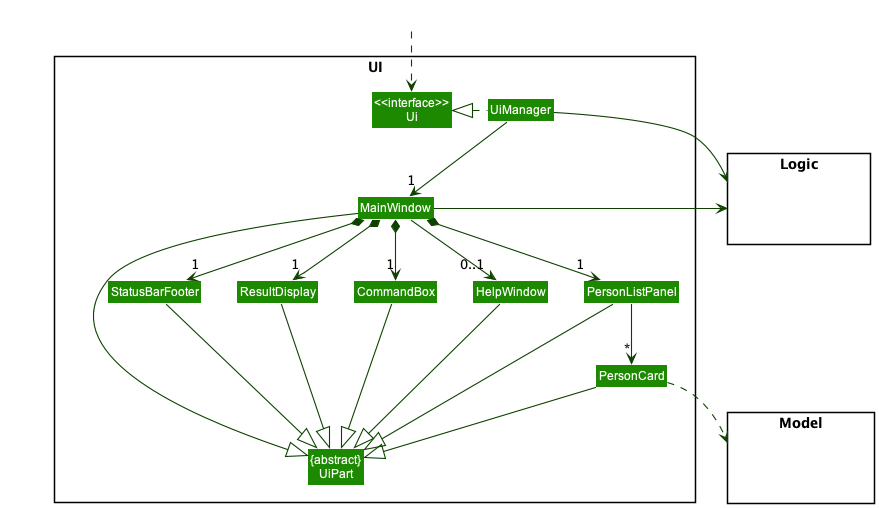
Before: docs/images/UiClassDiagram.png, a diagram exported from PlantUML (nus-cs2103-AY2223S1/tp).
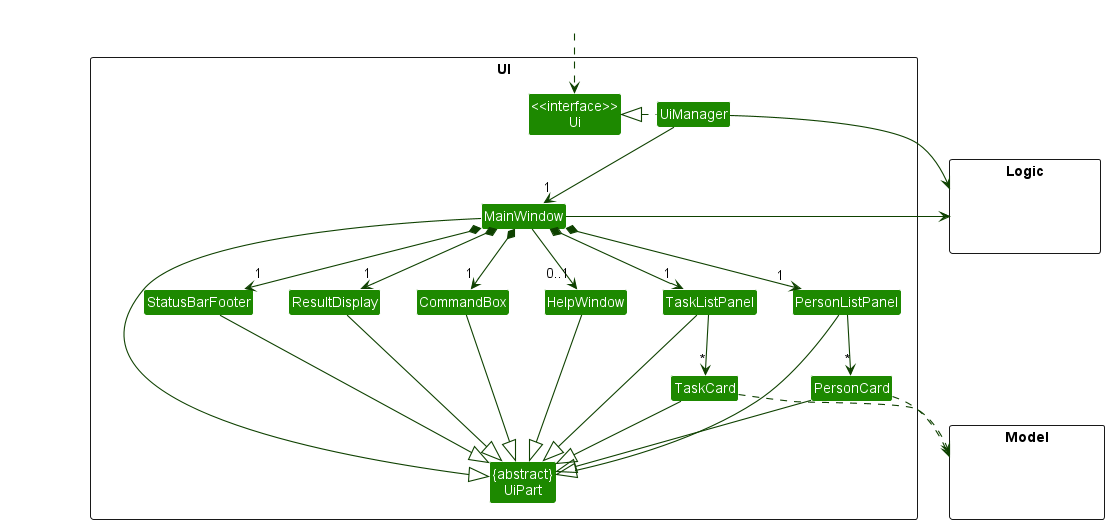
The same diagram one commit later.

What changed in the source:
```diff
@@ -13,6 +13,8 @@
 Class ResultDisplay
 Class PersonListPanel
 Class PersonCard
+Class TaskListPanel
+Class TaskCard
 Class StatusBarFooter
 Class CommandBox
 }
@@ -33,25 +35,31 @@
 MainWindow *-down->  "1" CommandBox
 MainWindow *-down-> "1" ResultDisplay
 MainWindow *-down-> "1" PersonListPanel
+MainWindow *-down-> "1" TaskListPanel
 MainWindow *-down-> "1" StatusBarFooter
 MainWindow --> "0..1" HelpWindow
 
 PersonListPanel -down-> "*" PersonCard
+TaskListPanel -down-> "*" TaskCard
 
 MainWindow -left-|> UiPart
 
 ResultDisplay --|> UiPart
 CommandBox --|> UiPart
 PersonListPanel --|> UiPart
+TaskListPanel --|> UiPart
+TaskCard --|> UiPart
 PersonCard --|> UiPart
 StatusBarFooter --|> UiPart
 HelpWindow --|> UiPart
 
+TaskCard ..> Model
 PersonCard ..> Model
 UiManager -right-> Logic
 MainWindow -left-> Logic
 
 PersonListPanel -[hidden]left- HelpWindow
+TaskListPanel -[hidden]left- HelpWindow
 HelpWindow -[hidden]left- CommandBox
 CommandBox -[hidden]left- ResultDisplay
 ResultDisplay -[hidden]left- StatusBarFooter
```
